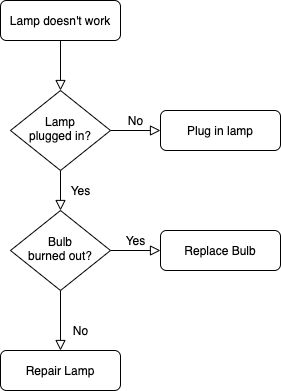
Above: source/Untitled Diagram.png in liberal1994/draft (draw.io), before the change. Source tidied: cells renumbered, new cells last; positions are measured from the earlier drawing's top-left corner, leaving out a move shared by most shapes. The source it was exported from:
```xml
<mxGraphModel>
  <root>
    <mxCell id="0" />
    <mxCell id="1" parent="0" />
    <mxCell id="2" style="rounded=0;html=1;jettySize=auto;fontSize=11;endArrow=block;endFill=0;endSize=8;strokeWidth=1;shadow=0;labelBackgroundColor=none;edgeStyle=orthogonalEdgeStyle;" parent="1" edge="1" source="3" target="6">
      <mxGeometry relative="1" as="geometry" />
    </mxCell>
    <mxCell id="3" value="Lamp doesn't work" style="rounded=1;whiteSpace=wrap;html=1;fontSize=12;glass=0;strokeWidth=1;shadow=0;" parent="1" vertex="1">
      <mxGeometry width="120" height="40" as="geometry" />
    </mxCell>
    <mxCell id="4" value="Yes" style="rounded=0;html=1;jettySize=auto;fontSize=11;endArrow=block;endFill=0;endSize=8;strokeWidth=1;shadow=0;labelBackgroundColor=none;edgeStyle=orthogonalEdgeStyle;" parent="1" edge="1" source="6" target="10">
      <mxGeometry y="20" relative="1" as="geometry" />
    </mxCell>
    <mxCell id="5" value="No" style="edgeStyle=orthogonalEdgeStyle;rounded=0;html=1;jettySize=auto;fontSize=11;endArrow=block;endFill=0;endSize=8;strokeWidth=1;shadow=0;labelBackgroundColor=none;" parent="1" edge="1" source="6" target="7">
      <mxGeometry y="10" relative="1" as="geometry" />
    </mxCell>
    <mxCell id="6" value="Lamp&lt;br&gt;plugged in?" style="rhombus;whiteSpace=wrap;html=1;shadow=0;fontFamily=Helvetica;fontSize=12;align=center;strokeWidth=1;spacing=6;spacingTop=-4;" parent="1" vertex="1">
      <mxGeometry x="10" y="90" width="100" height="80" as="geometry" />
    </mxCell>
    <mxCell id="7" value="Plug in lamp" style="rounded=1;whiteSpace=wrap;html=1;fontSize=12;glass=0;strokeWidth=1;shadow=0;" parent="1" vertex="1">
      <mxGeometry x="160" y="110" width="120" height="40" as="geometry" />
    </mxCell>
    <mxCell id="8" value="No" style="rounded=0;html=1;jettySize=auto;fontSize=11;endArrow=block;endFill=0;endSize=8;strokeWidth=1;shadow=0;labelBackgroundColor=none;edgeStyle=orthogonalEdgeStyle;" parent="1" edge="1" source="10" target="11">
      <mxGeometry x="0.33" y="20" relative="1" as="geometry" />
    </mxCell>
    <mxCell id="9" value="Yes" style="edgeStyle=orthogonalEdgeStyle;rounded=0;html=1;jettySize=auto;fontSize=11;endArrow=block;endFill=0;endSize=8;strokeWidth=1;shadow=0;labelBackgroundColor=none;" parent="1" edge="1" source="10" target="12">
      <mxGeometry y="10" relative="1" as="geometry" />
    </mxCell>
    <mxCell id="10" value="Bulb&lt;br&gt;burned out?" style="rhombus;whiteSpace=wrap;html=1;shadow=0;fontFamily=Helvetica;fontSize=12;align=center;strokeWidth=1;spacing=6;spacingTop=-4;" parent="1" vertex="1">
      <mxGeometry x="10" y="210" width="100" height="80" as="geometry" />
    </mxCell>
    <mxCell id="11" value="Repair Lamp" style="rounded=1;whiteSpace=wrap;html=1;fontSize=12;glass=0;strokeWidth=1;shadow=0;" parent="1" vertex="1">
      <mxGeometry y="350" width="120" height="40" as="geometry" />
    </mxCell>
    <mxCell id="12" value="Replace Bulb" style="rounded=1;whiteSpace=wrap;html=1;fontSize=12;glass=0;strokeWidth=1;shadow=0;" parent="1" vertex="1">
      <mxGeometry x="160" y="230" width="120" height="40" as="geometry" />
    </mxCell>
  </root>
</mxGraphModel>
```
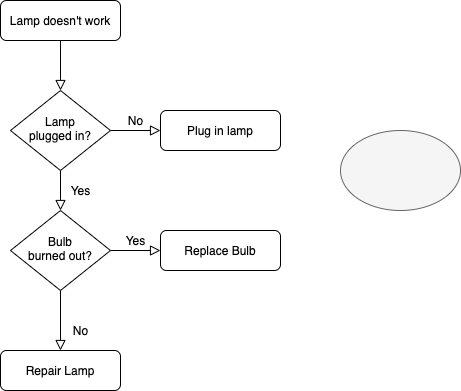
Above is the later version.

Diff of the diagram source:
```diff
@@ -35,5 +35,8 @@
     <mxCell id="12" value="Replace Bulb" style="rounded=1;whiteSpace=wrap;html=1;fontSize=12;glass=0;strokeWidth=1;shadow=0;" parent="1" vertex="1">
       <mxGeometry x="160" y="230" width="120" height="40" as="geometry" />
     </mxCell>
+    <mxCell id="13" style="ellipse;whiteSpace=wrap;html=1;fillColor=#f5f5f5;strokeColor=#666666;fontColor=#333333;" parent="1" vertex="1">
+      <mxGeometry x="340" y="130" width="120" height="80" as="geometry" />
+    </mxCell>
   </root>
 </mxGraphModel>
```
